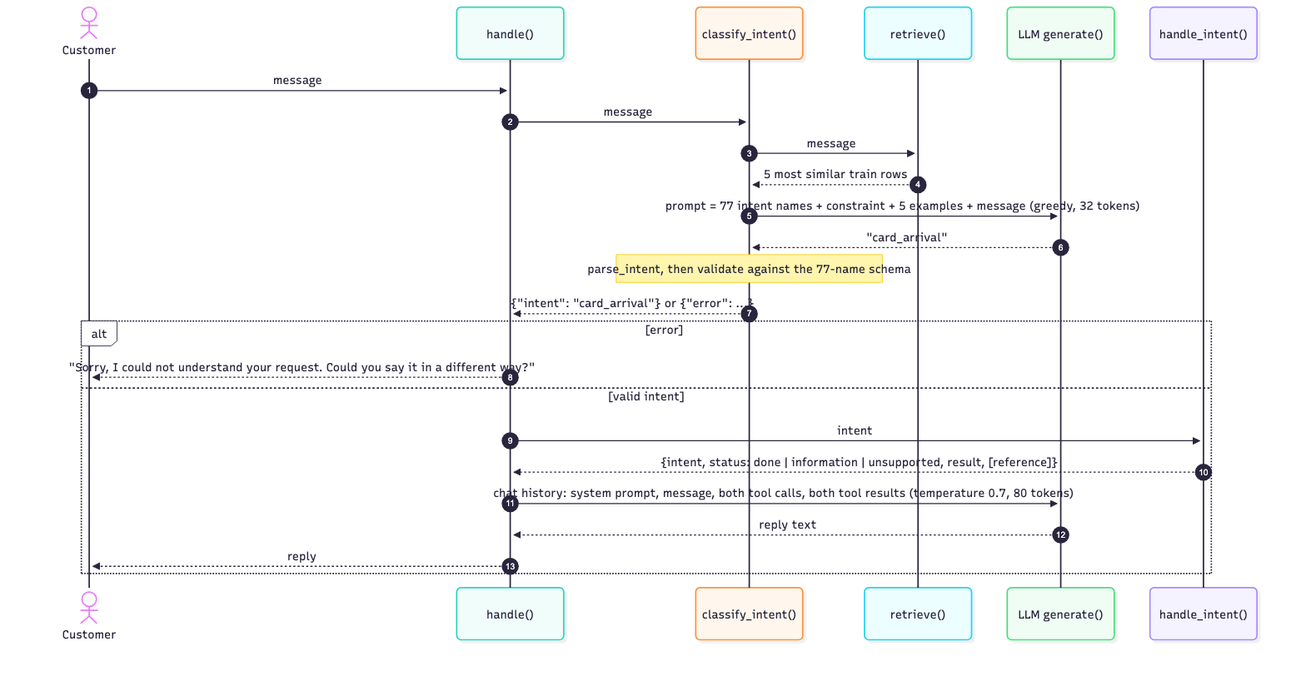
Before: docs/images/sequence.png, a diagram exported from Mermaid (2025paml556-bhoomika/banking-agent). Its source is kept beside it as docs/images/sequence.mmd. Its diagram source:
```mermaid
sequenceDiagram
    autonumber
    actor C as Customer
    participant H as handle()
    participant CI as classify_intent()
    participant R as retrieve()
    participant LLM as LLM generate()
    participant HI as handle_intent()

    C->>H: message
    H->>CI: message
    CI->>R: message
    R-->>CI: 5 most similar train rows
    CI->>LLM: prompt = 77 intent names + constraint + 5 examples + message (greedy, 32 tokens)
    LLM-->>CI: "card_arrival"
    Note over CI: parse_intent, then validate against the 77-name schema
    CI-->>H: {"intent": "card_arrival"} or {"error": ...}

    alt error
        H-->>C: "Sorry, I could not understand your request. Could you say it in a different way?"
    else valid intent
        H->>HI: intent
        HI-->>H: {intent, status: done | information | unsupported, result, [reference]}
        H->>LLM: chat history: system prompt, message, both tool calls, both tool results (temperature 0.7, 80 tokens)
        LLM-->>H: reply text
        H-->>C: reply
    end
```
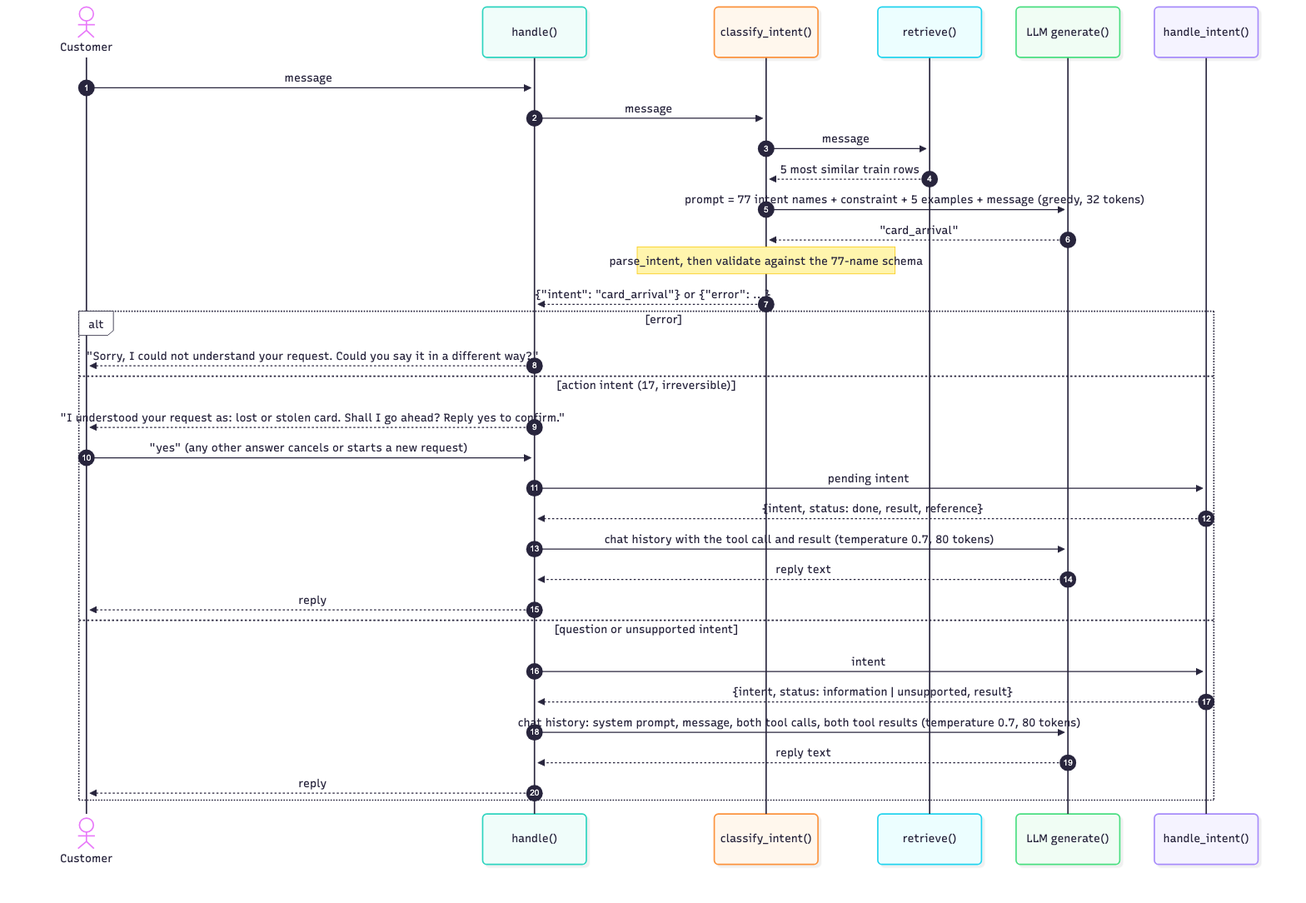
Later version of the same file.

Commit message:
Confirm action intents before running them

What changed in the source:
```diff
@@ -18,9 +18,17 @@
 
     alt error
         H-->>C: "Sorry, I could not understand your request. Could you say it in a different way?"
-    else valid intent
+    else action intent (17, irreversible)
+        H-->>C: "I understood your request as: lost or stolen card. Shall I go ahead? Reply yes to confirm."
+        C->>H: "yes" (any other answer cancels or starts a new request)
+        H->>HI: pending intent
+        HI-->>H: {intent, status: done, result, reference}
+        H->>LLM: chat history with the tool call and result (temperature 0.7, 80 tokens)
+        LLM-->>H: reply text
+        H-->>C: reply
+    else question or unsupported intent
         H->>HI: intent
-        HI-->>H: {intent, status: done | information | unsupported, result, [reference]}
+        HI-->>H: {intent, status: information | unsupported, result}
         H->>LLM: chat history: system prompt, message, both tool calls, both tool results (temperature 0.7, 80 tokens)
         LLM-->>H: reply text
         H-->>C: reply
```
